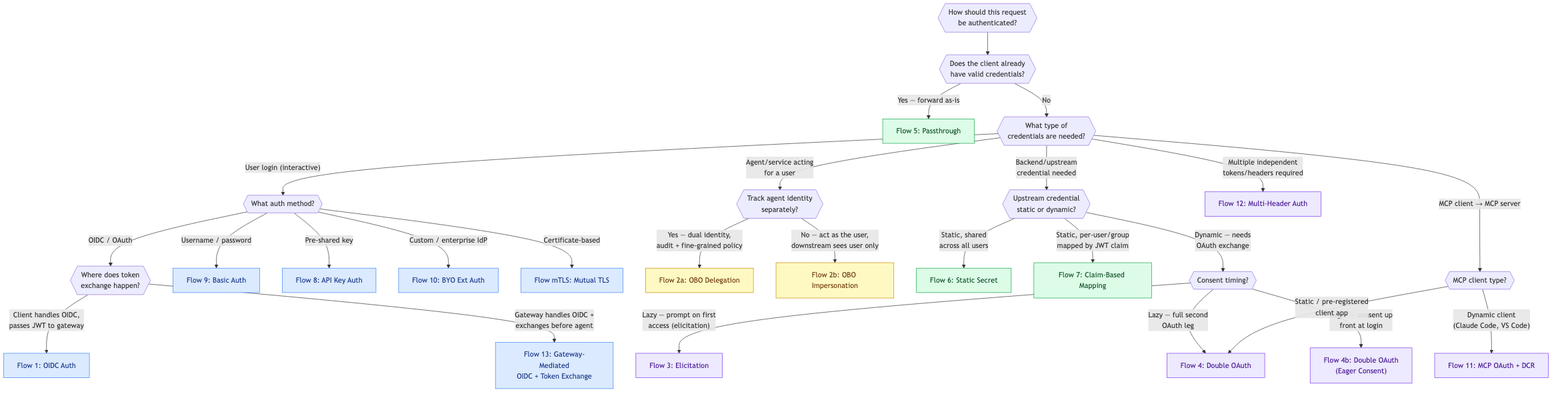
The Mermaid diagram Agentgateway-AuthN-Patterns/images/decision-flowchart.png in coryjett/solo-misc-workshops, before a commit. Its source is kept beside it as Agentgateway-AuthN-Patterns/diagrams/decision-flowchart.mmd.
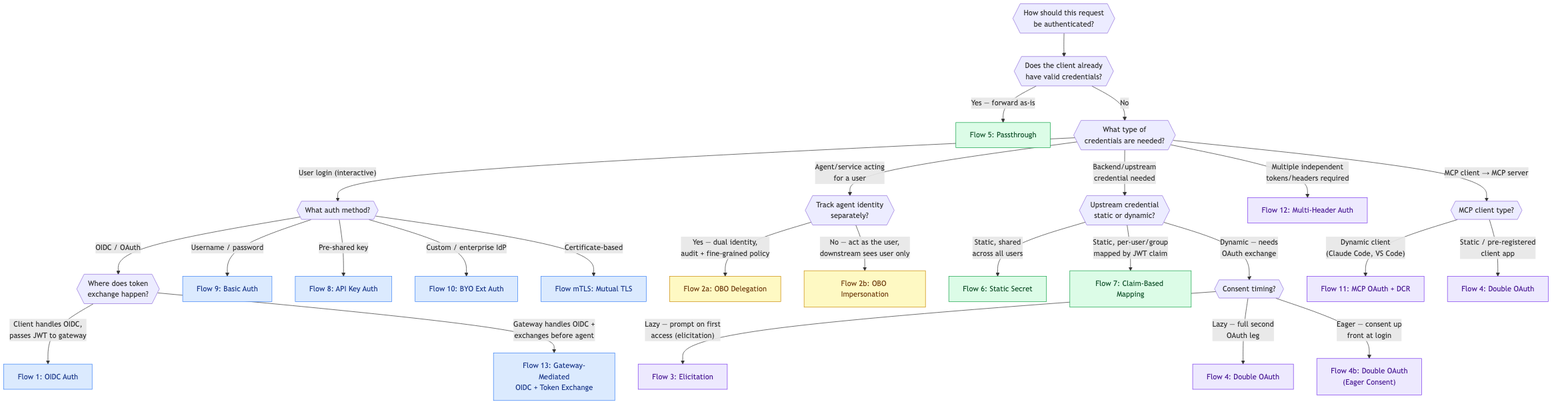
Above is the later version.

Commit message:
fix(authn-patterns): decision chart — stop overlapping edge labels near Flow 4b

Q7 (MCP branch) pointed all the way up to F4 (backend branch); that long
cross-graph edge dragged its "Static / pre-registered client app" label on top
of F4B's "Eager — consent up front at login" label, rendering both unreadable.
Give the MCP-static case its own local Flow 4 leaf (F4M) so no edge crosses
branches. Re-rendered images/decision-flowchart.png.

Diff of the diagram source:
```diff
@@ -29,7 +29,7 @@
 
   Q2 -->|"MCP client → MCP server"| Q7{{"MCP client type?"}}
   Q7 -->|"Dynamic client<br/>(Claude Code, VS Code)"| F11["Flow 11: MCP OAuth + DCR"]
-  Q7 -->|"Static / pre-registered<br/>client app"| F4
+  Q7 -->|"Static / pre-registered<br/>client app"| F4M["Flow 4: Double OAuth"]
 
   classDef identity fill:#dbeafe,stroke:#3b82f6,color:#1e3a8a;
   classDef obo fill:#fef9c3,stroke:#ca8a04,color:#713f12;
@@ -39,4 +39,4 @@
   class F1,F13,F9,F8,F10,FM identity;
   class F2A,F2B obo;
   class F5,F6,F7 backend;
-  class F3,F4,F4B,F11,F12 mcp;
+  class F3,F4,F4B,F4M,F11,F12 mcp;
```
